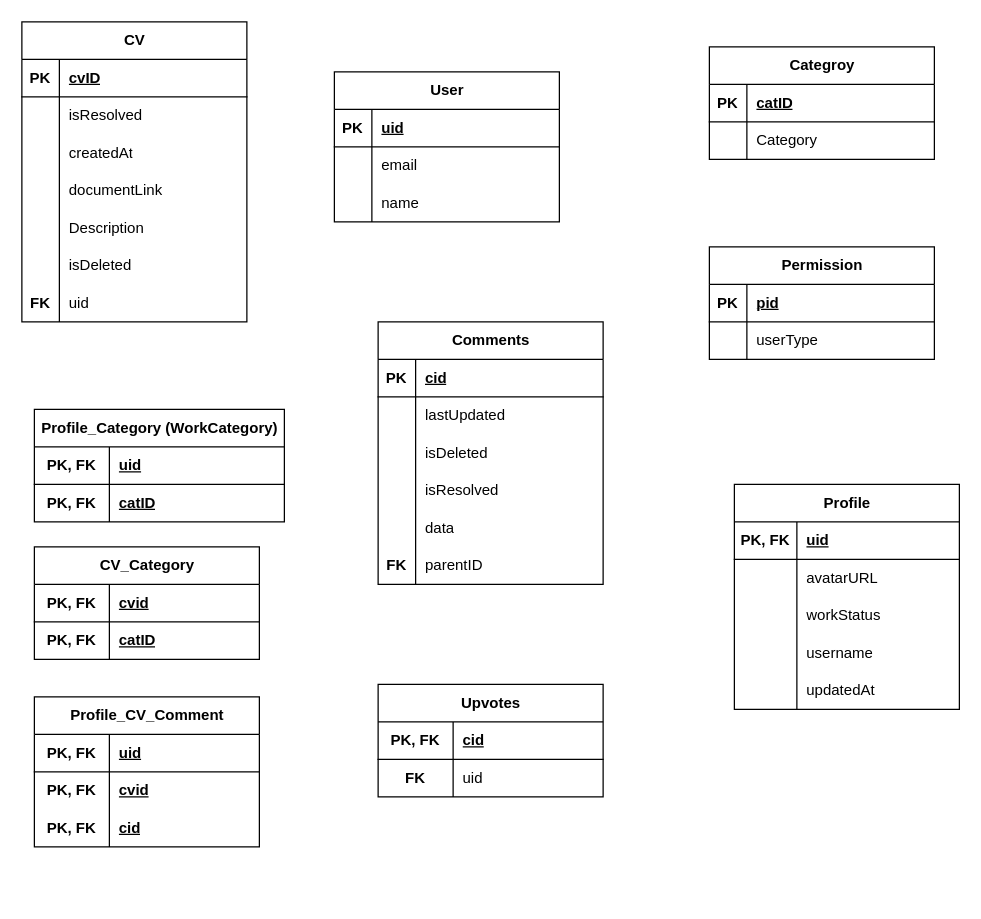
The draw.io diagram page "Resulted Table Structure" (3 of 3) of docs/cv-next-ERD.drawio in magshimim-next/cv-next, before the edit. Source tidied: cells renumbered, new cells numbered last; positions are measured from the earlier drawing's top-left corner, leaving out a move shared by most shapes. Both pictures are drawn from the tidied source at 125%, with x=0, y=0 at pixel (21, 21).
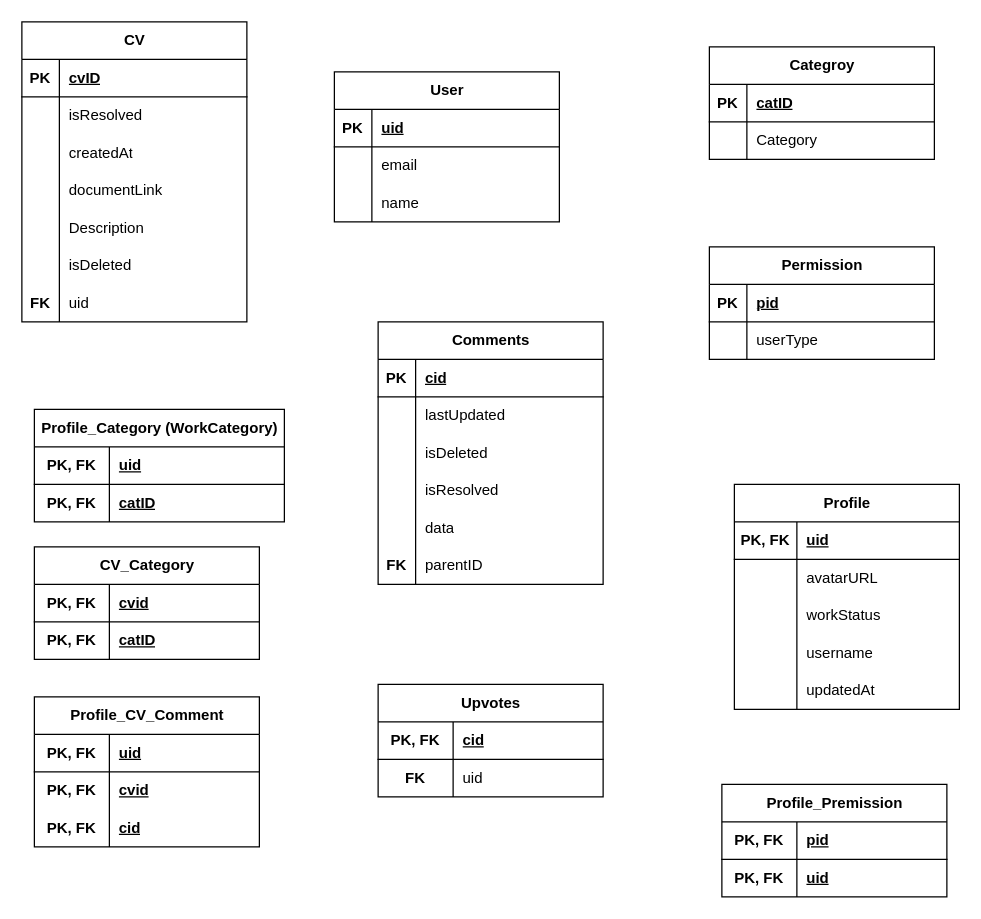
After the change.

Commit message:
added a missing premissions table

Diff of the diagram source:
```diff
@@
+    <mxCell id="114" value="Profile_Premission" style="shape=table;startSize=30;childLayout=tableLayout;rowLines=0;fontStyle=1;align=center;html=1;" parent="1" vertex="1">
+      <mxGeometry x="560" y="610" width="180" height="90" as="geometry" />
+    </mxCell>
+    <mxCell id="115" style="shape=tableRow;horizontal=0;startSize=0;swimlaneHead=0;swimlaneBody=0;fillColor=none;top=0;left=0;right=0;bottom=1;" parent="114" vertex="1">
+      <mxGeometry y="30" width="180" height="30" as="geometry" />
+    </mxCell>
+    <mxCell id="116" value="PK, FK" style="shape=partialRectangle;fillColor=none;top=0;left=0;bottom=0;right=0;fontStyle=1;overflow=hidden;whiteSpace=wrap;html=1;" parent="115" vertex="1">
+      <mxGeometry width="60" height="30" as="geometry" />
+    </mxCell>
+    <mxCell id="117" value="pid" style="shape=partialRectangle;fillColor=none;top=0;left=0;bottom=0;right=0;align=left;spacingLeft=6;fontStyle=5;overflow=hidden;whiteSpace=wrap;html=1;" parent="115" vertex="1">
+      <mxGeometry x="60" width="120" height="30" as="geometry" />
+    </mxCell>
+    <mxCell id="118" style="shape=tableRow;horizontal=0;startSize=0;swimlaneHead=0;swimlaneBody=0;fillColor=none;top=0;left=0;right=0;bottom=0;" parent="114" vertex="1">
+      <mxGeometry y="60" width="180" height="30" as="geometry" />
+    </mxCell>
+    <mxCell id="119" value="&lt;span style=&quot;font-weight: 700;&quot;&gt;PK, FK&lt;/span&gt;" style="shape=partialRectangle;fillColor=none;top=0;left=0;bottom=0;right=0;overflow=hidden;whiteSpace=wrap;html=1;" parent="118" vertex="1">
+      <mxGeometry width="60" height="30" as="geometry" />
+    </mxCell>
+    <mxCell id="120" value="&lt;u&gt;&lt;b&gt;uid&lt;/b&gt;&lt;/u&gt;" style="shape=partialRectangle;fillColor=none;top=0;left=0;bottom=0;right=0;align=left;spacingLeft=6;overflow=hidden;whiteSpace=wrap;html=1;" parent="118" vertex="1">
+      <mxGeometry x="60" width="120" height="30" as="geometry" />
+    </mxCell>
```
